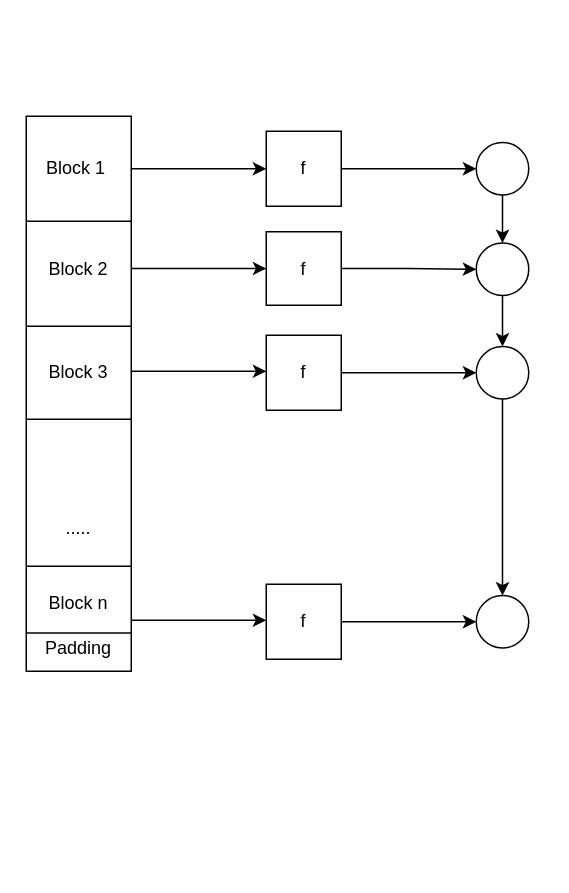
Before: Merkel Damgard Construction.drawio in mvineetmenon/DrawIO, a draw.io diagram. Source tidied: cells renumbered, new cells numbered last; positions are measured from the earlier drawing's top-left corner, leaving out a move shared by most shapes. Both pictures are drawn from the tidied source at 150%, with x=0, y=0 at pixel (26, 116).
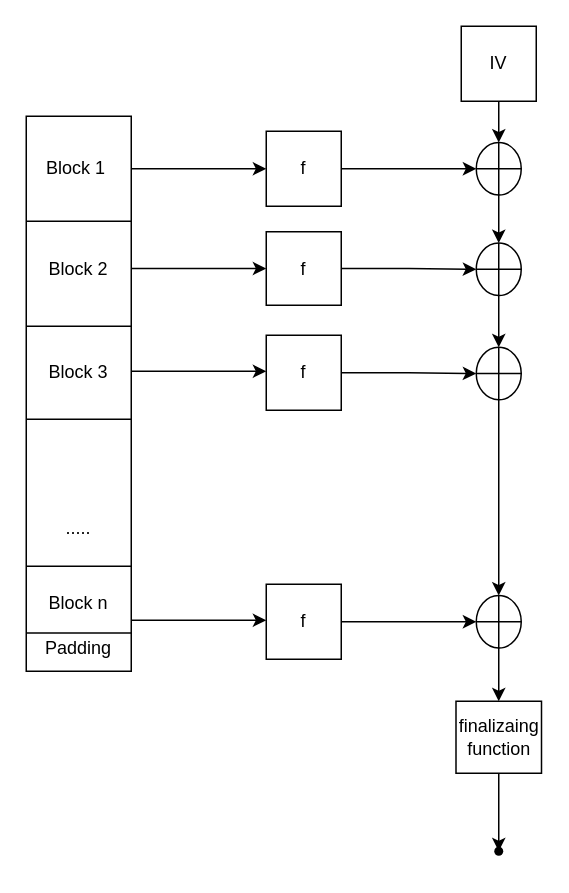
The same page after the edit.

Unchanged cells that the change refers to:
```xml
<mxCell id="3" value="f" style="whiteSpace=wrap;html=1;" parent="1" vertex="1">
  <mxGeometry x="160" y="77" width="50" height="49" as="geometry" />
</mxCell>
<mxCell id="5" value="f" style="whiteSpace=wrap;html=1;" parent="1" vertex="1">
  <mxGeometry x="160" y="146" width="50" height="50" as="geometry" />
</mxCell>
<mxCell id="7" value="f" style="whiteSpace=wrap;html=1;" parent="1" vertex="1">
  <mxGeometry x="160" y="10" width="50" height="50" as="geometry" />
</mxCell>
<mxCell id="10" value="f" style="whiteSpace=wrap;html=1;" parent="1" vertex="1">
  <mxGeometry x="160" y="312" width="50" height="50" as="geometry" />
</mxCell>
```

What changed in the source:
```diff
@@
-    <mxCell id="2" style="edgeStyle=orthogonalEdgeStyle;rounded=0;jettySize=auto;html=1;entryX=0;entryY=0.5;entryDx=0;entryDy=0;" parent="1" edge="1" source="3" target="29">
+    <mxCell id="2" style="edgeStyle=orthogonalEdgeStyle;rounded=0;jettySize=auto;html=1;entryX=0;entryY=0.5;entryDx=0;entryDy=0;" parent="1" edge="1" source="3" target="35">
       <mxGeometry relative="1" as="geometry" />
     </mxCell>
@@
-    <mxCell id="4" style="edgeStyle=orthogonalEdgeStyle;rounded=0;jettySize=auto;html=1;" parent="1" edge="1" source="5" target="31">
+    <mxCell id="4" style="edgeStyle=orthogonalEdgeStyle;rounded=0;jettySize=auto;html=1;entryX=0;entryY=0.5;entryDx=0;entryDy=0;" parent="1" edge="1" source="5" target="37">
       <mxGeometry relative="1" as="geometry" />
     </mxCell>
@@
-    <mxCell id="6" style="edgeStyle=orthogonalEdgeStyle;rounded=0;jettySize=auto;html=1;" parent="1" edge="1" source="7" target="27">
+    <mxCell id="6" style="edgeStyle=orthogonalEdgeStyle;rounded=0;jettySize=auto;html=1;entryX=0;entryY=0.5;entryDx=0;entryDy=0;" parent="1" edge="1" source="7" target="33">
       <mxGeometry relative="1" as="geometry" />
     </mxCell>
@@
-    <mxCell id="9" style="edgeStyle=orthogonalEdgeStyle;rounded=0;jettySize=auto;html=1;" parent="1" edge="1" source="10" target="32">
+    <mxCell id="9" style="edgeStyle=orthogonalEdgeStyle;rounded=0;jettySize=auto;html=1;entryX=0;entryY=0.5;entryDx=0;entryDy=0;" parent="1" edge="1" source="10" target="39">
       <mxGeometry relative="1" as="geometry" />
     </mxCell>
@@
-    <mxCell id="26" style="edgeStyle=orthogonalEdgeStyle;rounded=0;jettySize=auto;html=1;entryX=0.5;entryY=0;entryDx=0;entryDy=0;" parent="1" edge="1" source="27" target="29">
-      <mxGeometry relative="1" as="geometry" />
-    </mxCell>
-    <mxCell id="27" style="ellipse;whiteSpace=wrap;html=1;" parent="1" vertex="1">
-      <mxGeometry x="300" y="17.5" width="35" height="35" as="geometry" />
-    </mxCell>
-    <mxCell id="28" style="edgeStyle=orthogonalEdgeStyle;rounded=0;jettySize=auto;html=1;" parent="1" edge="1" source="29" target="31">
-      <mxGeometry relative="1" as="geometry" />
-    </mxCell>
-    <mxCell id="29" style="ellipse;whiteSpace=wrap;html=1;" parent="1" vertex="1">
-      <mxGeometry x="300" y="84.5" width="35" height="35" as="geometry" />
-    </mxCell>
-    <mxCell id="30" style="edgeStyle=orthogonalEdgeStyle;rounded=0;jettySize=auto;html=1;" parent="1" edge="1" source="31" target="32">
-      <mxGeometry relative="1" as="geometry" />
-    </mxCell>
-    <mxCell id="31" style="ellipse;whiteSpace=wrap;html=1;" parent="1" vertex="1">
-      <mxGeometry x="300" y="153.5" width="35" height="35" as="geometry" />
-    </mxCell>
-    <mxCell id="32" style="ellipse;whiteSpace=wrap;html=1;" parent="1" vertex="1">
-      <mxGeometry x="300" y="319.5" width="35" height="35" as="geometry" />
-    </mxCell>
+    <mxCell id="33" style="shape=orEllipse;perimeter=ellipsePerimeter;whiteSpace=wrap;html=1;backgroundOutline=1;" parent="1" vertex="1">
+      <mxGeometry x="300" y="17.5" width="30" height="35" as="geometry" />
+    </mxCell>
+    <mxCell id="34" style="edgeStyle=orthogonalEdgeStyle;rounded=0;jettySize=auto;html=1;entryX=0.5;entryY=0;entryDx=0;entryDy=0;" parent="1" edge="1" source="35" target="37">
+      <mxGeometry relative="1" as="geometry" />
+    </mxCell>
+    <mxCell id="35" style="shape=orEllipse;perimeter=ellipsePerimeter;whiteSpace=wrap;html=1;backgroundOutline=1;" parent="1" vertex="1">
+      <mxGeometry x="300" y="84.5" width="30" height="35" as="geometry" />
+    </mxCell>
+    <mxCell id="36" style="edgeStyle=orthogonalEdgeStyle;rounded=0;jettySize=auto;html=1;entryX=0.5;entryY=0;entryDx=0;entryDy=0;" parent="1" edge="1" source="37" target="39">
+      <mxGeometry relative="1" as="geometry" />
+    </mxCell>
+    <mxCell id="37" style="shape=orEllipse;perimeter=ellipsePerimeter;whiteSpace=wrap;html=1;backgroundOutline=1;" parent="1" vertex="1">
+      <mxGeometry x="300" y="154" width="30" height="35" as="geometry" />
+    </mxCell>
+    <mxCell id="38" style="edgeStyle=orthogonalEdgeStyle;rounded=0;jettySize=auto;html=1;" parent="1" edge="1" source="39" target="44">
+      <mxGeometry relative="1" as="geometry" />
+    </mxCell>
+    <mxCell id="39" style="shape=orEllipse;perimeter=ellipsePerimeter;whiteSpace=wrap;html=1;backgroundOutline=1;" parent="1" vertex="1">
+      <mxGeometry x="300" y="319.5" width="30" height="35" as="geometry" />
+    </mxCell>
+    <mxCell id="40" value="IV" style="whiteSpace=wrap;html=1;" parent="1" vertex="1">
+      <mxGeometry x="290" y="-60" width="50" height="50" as="geometry" />
+    </mxCell>
+    <mxCell id="41" style="edgeStyle=orthogonalEdgeStyle;rounded=0;jettySize=auto;html=1;entryX=0.5;entryY=0;entryDx=0;entryDy=0;" parent="1" edge="1" source="40" target="33">
+      <mxGeometry relative="1" as="geometry" />
+    </mxCell>
+    <mxCell id="42" style="edgeStyle=orthogonalEdgeStyle;rounded=0;jettySize=auto;html=1;entryX=0.5;entryY=0;entryDx=0;entryDy=0;" parent="1" edge="1" source="33" target="35">
+      <mxGeometry relative="1" as="geometry" />
+    </mxCell>
+    <mxCell id="43" style="edgeStyle=orthogonalEdgeStyle;rounded=0;jettySize=auto;html=1;" parent="1" edge="1" source="44" target="45">
+      <mxGeometry relative="1" as="geometry" />
+    </mxCell>
+    <mxCell id="44" value="finalizaing function" style="whiteSpace=wrap;html=1;" parent="1" vertex="1">
+      <mxGeometry x="286.5" y="390" width="57" height="48" as="geometry" />
+    </mxCell>
+    <mxCell id="45" style="shape=waypoint;sketch=0;size=6;points=[];fillColor=default;perimeter=centerPerimeter;snapToPoint=1;" parent="1" vertex="1">
+      <mxGeometry x="305" y="480" width="20" height="20" as="geometry" />
+    </mxCell>
```
